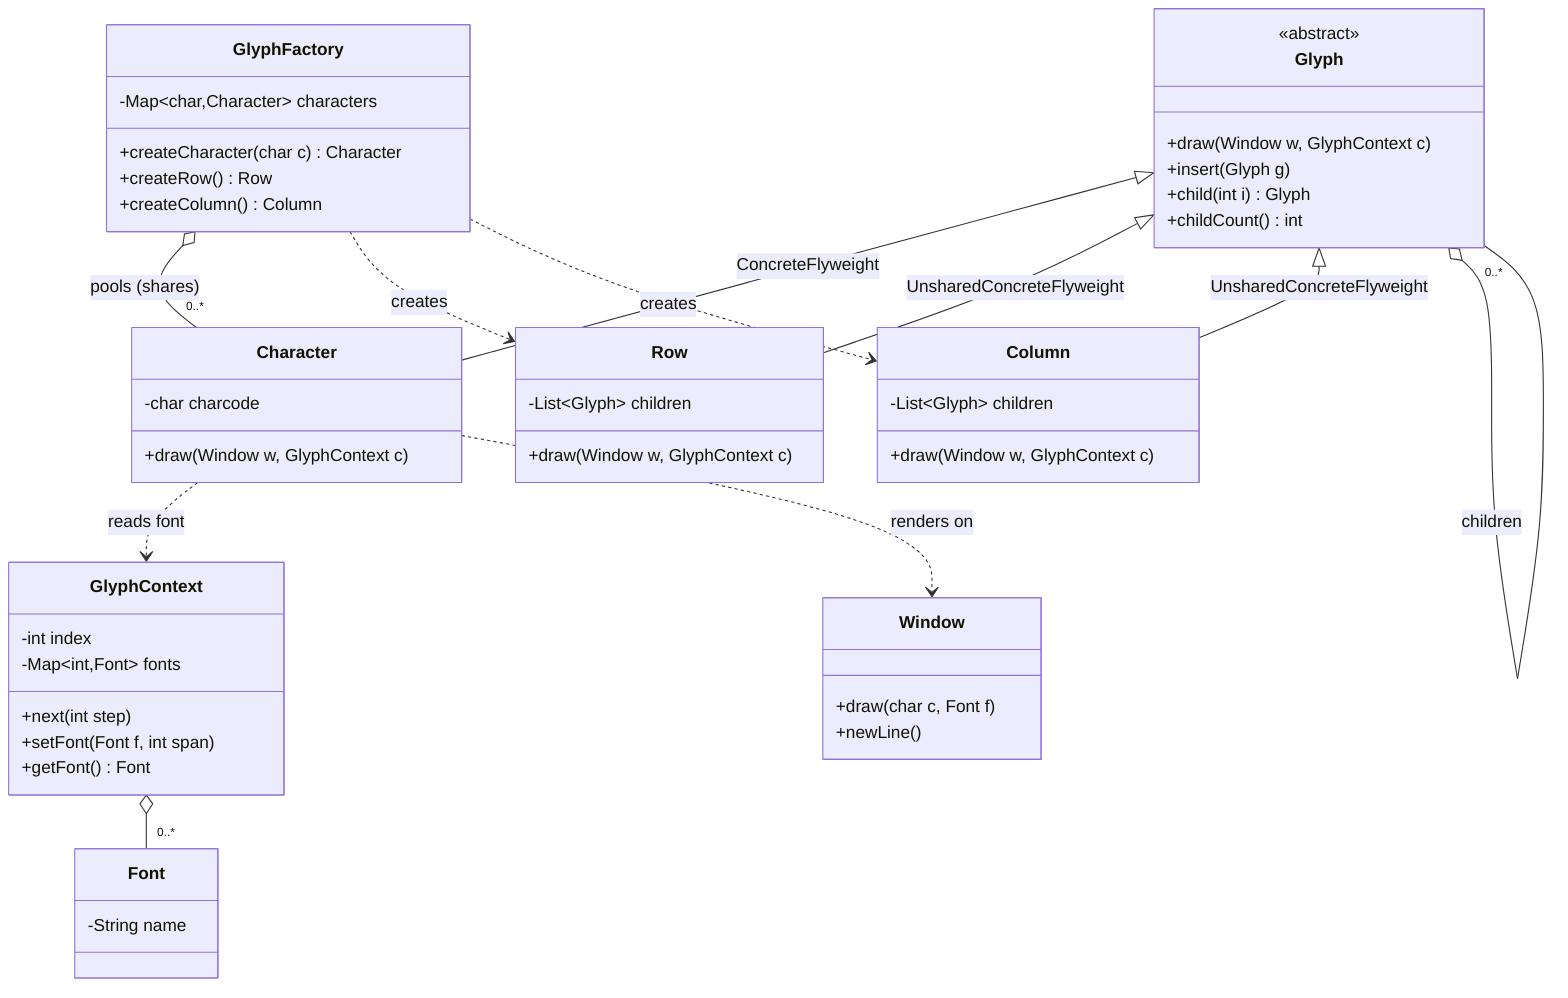
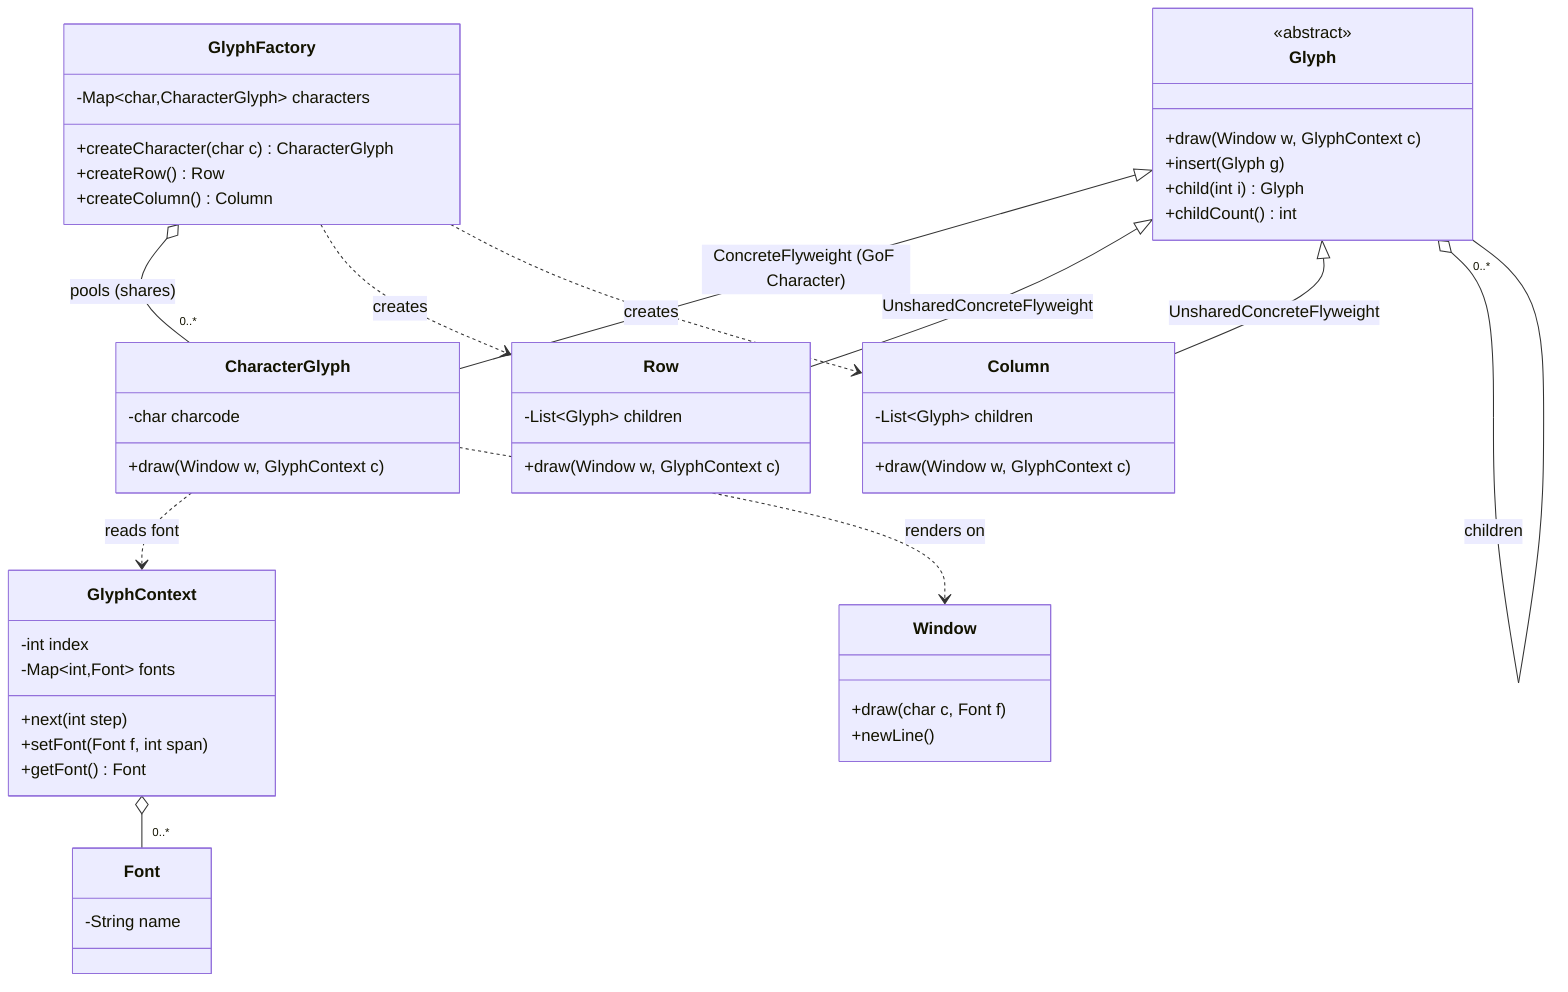
%% GoF Flyweight - "Lexi" document editor example (Design Patterns, pp. 195-206)
%% Simplified font mapping (plain index->Font) replaces the book's BTree (p. 202).
+ %% GoF's "Character" participant is named CharacterGlyph here to avoid clashing
+ %% with the built-in character types of Java / C# / Python.
classDiagram
    class Glyph {
        <<abstract>>
        +draw(Window w, GlyphContext c)
        +insert(Glyph g)
        +child(int i) Glyph
        +childCount() int
    }
-     class Character {
+     class CharacterGlyph {
        -char charcode
        +draw(Window w, GlyphContext c)
    }
    class Row {
        -List~Glyph~ children
        +draw(Window w, GlyphContext c)
    }
    class Column {
        -List~Glyph~ children
        +draw(Window w, GlyphContext c)
    }
    class GlyphContext {
        -int index
        -Map~int,Font~ fonts
        +next(int step)
        +setFont(Font f, int span)
        +getFont() Font
    }
    class GlyphFactory {
-         -Map~char,Character~ characters
-         +createCharacter(char c) Character
+         -Map~char,CharacterGlyph~ characters
+         +createCharacter(char c) CharacterGlyph
        +createRow() Row
        +createColumn() Column
    }
    class Font {
        -String name
    }
    class Window {
        +draw(char c, Font f)
        +newLine()
    }

-     Glyph <|-- Character : ConcreteFlyweight
+     Glyph <|-- CharacterGlyph : ConcreteFlyweight (GoF Character)
    Glyph <|-- Row : UnsharedConcreteFlyweight
    Glyph <|-- Column : UnsharedConcreteFlyweight
    Glyph o-- "0..*" Glyph : children
-     GlyphFactory o-- "0..*" Character : pools (shares)
+     GlyphFactory o-- "0..*" CharacterGlyph : pools (shares)
    GlyphFactory ..> Row : creates
    GlyphFactory ..> Column : creates
    GlyphContext o-- "0..*" Font
-     Character ..> GlyphContext : reads font
-     Character ..> Window : renders on
+     CharacterGlyph ..> GlyphContext : reads font
+     CharacterGlyph ..> Window : renders on
